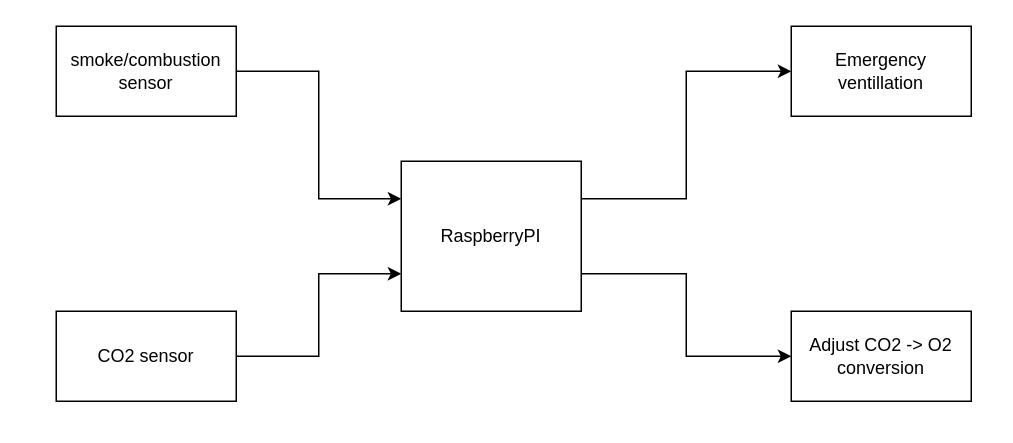
Above: assets/air-purifier.drawio in ahlinist/spaceapps-air-purifier (draw.io), before the change. Source tidied: cells renumbered, new cells numbered last; positions are measured from the earlier drawing's top-left corner, leaving out a move shared by most shapes. Both pictures are drawn from the tidied source at 150%, with x=0, y=0 at pixel (56, 26).
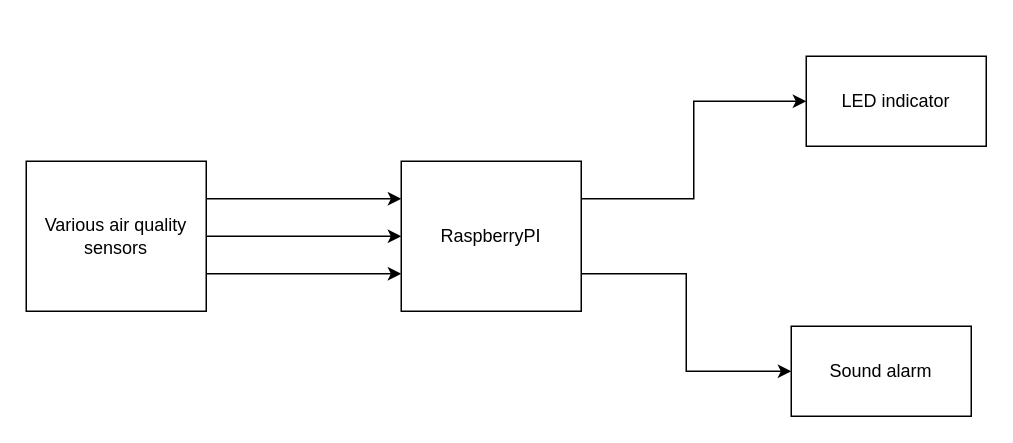
The same page after the edit.

The edit, as a diff of the source:
```diff
@@
 <mxGraphModel>
   <root>
     <mxCell id="0" />
     <mxCell id="1" parent="0" />
     <mxCell id="2" style="edgeStyle=orthogonalEdgeStyle;rounded=0;jettySize=auto;html=1;exitX=1;exitY=0.25;exitDx=0;exitDy=0;entryX=0;entryY=0.5;entryDx=0;entryDy=0;" parent="1" edge="1" source="4" target="10">
       <mxGeometry relative="1" as="geometry" />
     </mxCell>
     <mxCell id="3" style="edgeStyle=orthogonalEdgeStyle;rounded=0;jettySize=auto;html=1;exitX=1;exitY=0.75;exitDx=0;exitDy=0;entryX=0;entryY=0.5;entryDx=0;entryDy=0;" parent="1" edge="1" source="4" target="11">
       <mxGeometry relative="1" as="geometry" />
     </mxCell>
     <mxCell id="4" style="rounded=0;whiteSpace=wrap;html=1;" parent="1" vertex="1">
       <mxGeometry x="230" y="90" width="120" height="100" as="geometry" />
     </mxCell>
     <mxCell id="5" value="RaspberryPI" style="text;html=1;strokeColor=none;fillColor=none;align=center;verticalAlign=middle;whiteSpace=wrap;rounded=0;" parent="1" vertex="1">
       <mxGeometry x="270" y="130" width="40" height="20" as="geometry" />
     </mxCell>
-    <mxCell id="6" style="edgeStyle=orthogonalEdgeStyle;rounded=0;jettySize=auto;html=1;exitX=1;exitY=0.5;exitDx=0;exitDy=0;entryX=0;entryY=0.25;entryDx=0;entryDy=0;" parent="1" edge="1" source="7" target="4">
-      <mxGeometry relative="1" as="geometry" />
-    </mxCell>
-    <mxCell id="7" value="smoke/combustion sensor" style="rounded=0;whiteSpace=wrap;html=1;" parent="1" vertex="1">
-      <mxGeometry width="120" height="60" as="geometry" />
-    </mxCell>
-    <mxCell id="8" style="edgeStyle=orthogonalEdgeStyle;rounded=0;jettySize=auto;html=1;entryX=0;entryY=0.75;entryDx=0;entryDy=0;" parent="1" edge="1" source="9" target="4">
-      <mxGeometry relative="1" as="geometry" />
-    </mxCell>
-    <mxCell id="9" value="CO2 sensor" style="rounded=0;whiteSpace=wrap;html=1;" parent="1" vertex="1">
-      <mxGeometry y="190" width="120" height="60" as="geometry" />
-    </mxCell>
-    <mxCell id="10" value="Emergency ventillation" style="rounded=0;whiteSpace=wrap;html=1;" parent="1" vertex="1">
-      <mxGeometry x="490" width="120" height="60" as="geometry" />
+    <mxCell id="10" value="LED indicator" style="rounded=0;whiteSpace=wrap;html=1;" parent="1" vertex="1">
+      <mxGeometry x="500" y="20" width="120" height="60" as="geometry" />
     </mxCell>
-    <mxCell id="11" value="Adjust CO2 -&amp;gt; O2 conversion" style="rounded=0;whiteSpace=wrap;html=1;" parent="1" vertex="1">
-      <mxGeometry x="490" y="190" width="120" height="60" as="geometry" />
+    <mxCell id="11" value="Sound alarm" style="rounded=0;whiteSpace=wrap;html=1;" parent="1" vertex="1">
+      <mxGeometry x="490" y="200" width="120" height="60" as="geometry" />
     </mxCell>
+    <mxCell id="12" style="edgeStyle=orthogonalEdgeStyle;rounded=0;jettySize=auto;html=1;exitX=1;exitY=0.5;exitDx=0;exitDy=0;entryX=0;entryY=0.5;entryDx=0;entryDy=0;" parent="1" edge="1" source="15" target="4">
+      <mxGeometry relative="1" as="geometry" />
+    </mxCell>
+    <mxCell id="13" style="edgeStyle=orthogonalEdgeStyle;rounded=0;jettySize=auto;html=1;exitX=1;exitY=0.25;exitDx=0;exitDy=0;entryX=0;entryY=0.25;entryDx=0;entryDy=0;" parent="1" edge="1" source="15" target="4">
+      <mxGeometry relative="1" as="geometry" />
+    </mxCell>
+    <mxCell id="14" style="edgeStyle=orthogonalEdgeStyle;rounded=0;jettySize=auto;html=1;exitX=1;exitY=0.75;exitDx=0;exitDy=0;entryX=0;entryY=0.75;entryDx=0;entryDy=0;" parent="1" edge="1" source="15" target="4">
+      <mxGeometry relative="1" as="geometry" />
+    </mxCell>
+    <mxCell id="15" value="Various air quality sensors" style="rounded=0;whiteSpace=wrap;html=1;" parent="1" vertex="1">
+      <mxGeometry x="-20" y="90" width="120" height="100" as="geometry" />
+    </mxCell>
+    <mxCell id="16" style="edgeStyle=orthogonalEdgeStyle;rounded=0;orthogonalLoop=1;jettySize=auto;html=1;exitX=0.5;exitY=1;exitDx=0;exitDy=0;" parent="1" edge="1" source="15" target="15">
+      <mxGeometry relative="1" as="geometry" />
+    </mxCell>
   </root>
 </mxGraphModel>
```
